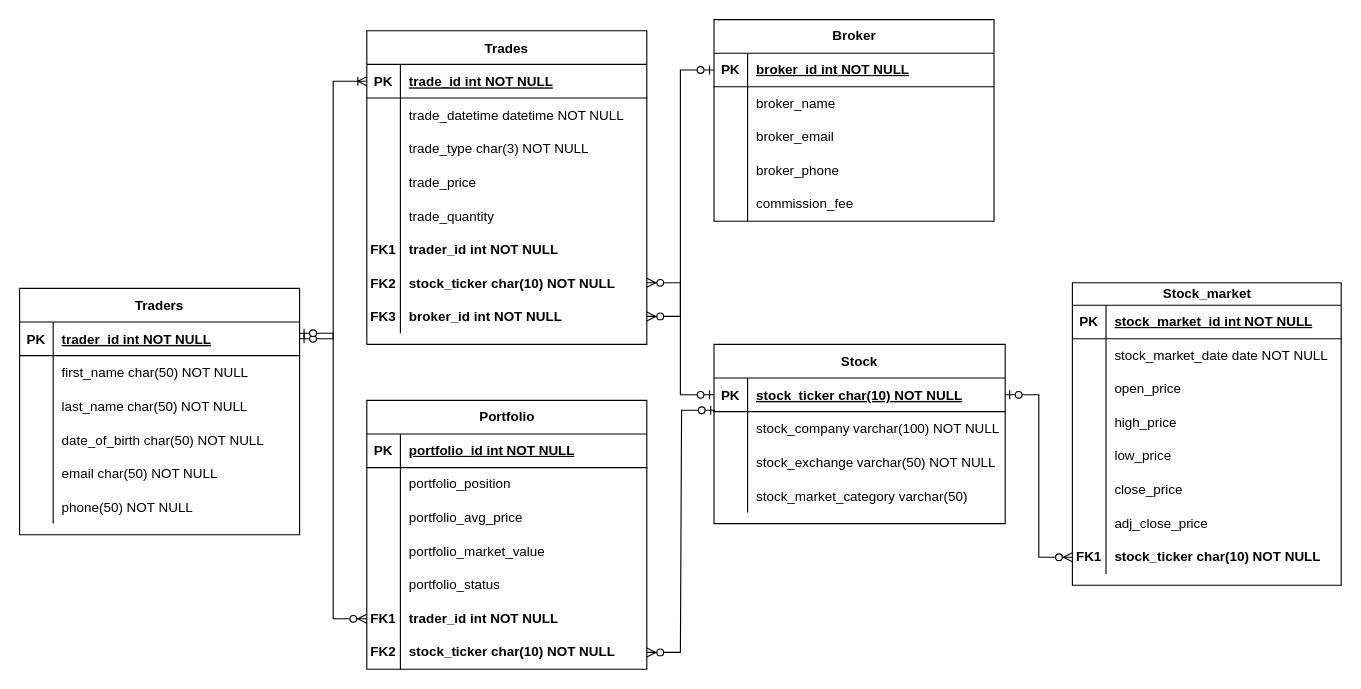
Before: stock_market_erd.drawio in zayast/self_explainable_anomalies_detection, a draw.io diagram. Source tidied: cells renumbered, new cells numbered last; positions are measured from the earlier drawing's top-left corner, leaving out a move shared by most shapes. Both pictures are drawn from the tidied source at 112%, with x=0, y=0 at pixel (-521, 19).
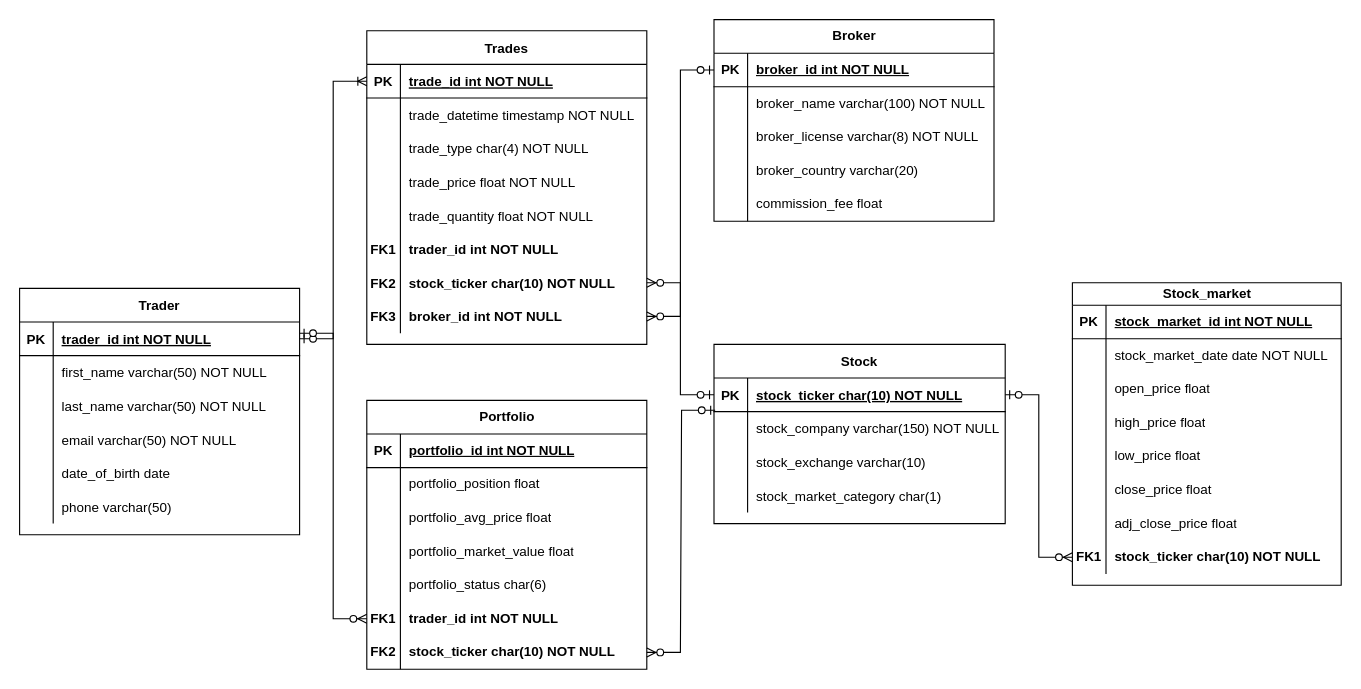
The same page after the edit.

The change refers to these unchanged cells:
```xml
<mxCell id="6" style="shape=partialRectangle;fillColor=none;top=0;left=0;right=0;bottom=0;" parent="2" vertex="1">
  <mxGeometry y="60" width="250" height="30" as="geometry" />
</mxCell>
<mxCell id="9" style="shape=partialRectangle;fillColor=none;top=0;left=0;right=0;bottom=0;" parent="2" vertex="1">
  <mxGeometry y="90" width="250" height="30" as="geometry" />
</mxCell>
<mxCell id="12" style="shape=partialRectangle;fillColor=none;top=0;left=0;right=0;bottom=0;" parent="2" vertex="1">
  <mxGeometry y="120" width="250" height="30" as="geometry" />
</mxCell>
<mxCell id="15" style="shape=partialRectangle;fillColor=none;top=0;left=0;right=0;bottom=0;" parent="2" vertex="1">
  <mxGeometry y="150" width="250" height="30" as="geometry" />
</mxCell>
<mxCell id="31" style="shape=partialRectangle;fillColor=none;top=0;left=0;right=0;bottom=0;" parent="27" vertex="1">
  <mxGeometry y="60" width="250" height="30" as="geometry" />
</mxCell>
<mxCell id="34" style="shape=partialRectangle;fillColor=none;top=0;left=0;right=0;bottom=0;" parent="27" vertex="1">
  <mxGeometry y="90" width="250" height="30" as="geometry" />
</mxCell>
<mxCell id="37" style="shape=partialRectangle;fillColor=none;top=0;left=0;right=0;bottom=0;" parent="27" vertex="1">
  <mxGeometry y="120" width="250" height="30" as="geometry" />
</mxCell>
<mxCell id="40" style="shape=partialRectangle;fillColor=none;top=0;left=0;right=0;bottom=0;" parent="27" vertex="1">
  <mxGeometry y="150" width="250" height="30" as="geometry" />
</mxCell>
<mxCell id="43" style="shape=partialRectangle;fillColor=none;top=0;left=0;right=0;bottom=0;" parent="27" vertex="1">
  <mxGeometry y="180" width="250" height="30" as="geometry" />
</mxCell>
<mxCell id="50" style="shape=partialRectangle;fillColor=none;points=[[0,0.5],[1,0.5]];portConstraint=eastwest;top=0;left=0;right=0;bottom=0;" parent="46" vertex="1">
  <mxGeometry y="60" width="260" height="30" as="geometry" />
</mxCell>
<mxCell id="53" style="shape=partialRectangle;fillColor=none;top=0;left=0;right=0;bottom=0;" parent="46" vertex="1">
  <mxGeometry y="90" width="260" height="30" as="geometry" />
</mxCell>
<mxCell id="56" style="shape=partialRectangle;fillColor=none;top=0;left=0;right=0;bottom=0;" parent="46" vertex="1">
  <mxGeometry y="120" width="260" height="30" as="geometry" />
</mxCell>
<mxCell id="66" style="shape=tableRow;horizontal=0;startSize=0;swimlaneHead=0;swimlaneBody=0;fillColor=none;top=0;left=0;right=0;bottom=0;" parent="59" vertex="1">
  <mxGeometry y="80" width="240" height="30" as="geometry" />
</mxCell>
<mxCell id="69" style="shape=tableRow;horizontal=0;startSize=0;swimlaneHead=0;swimlaneBody=0;fillColor=none;top=0;left=0;right=0;bottom=0;" parent="59" vertex="1">
  <mxGeometry y="110" width="240" height="30" as="geometry" />
</mxCell>
<mxCell id="72" style="shape=tableRow;horizontal=0;startSize=0;swimlaneHead=0;swimlaneBody=0;fillColor=none;top=0;left=0;right=0;bottom=0;" parent="59" vertex="1">
  <mxGeometry y="140" width="240" height="30" as="geometry" />
</mxCell>
<mxCell id="75" style="shape=tableRow;horizontal=0;startSize=0;swimlaneHead=0;swimlaneBody=0;fillColor=none;top=0;left=0;right=0;bottom=0;" parent="59" vertex="1">
  <mxGeometry y="170" width="240" height="30" as="geometry" />
</mxCell>
<mxCell id="78" style="shape=tableRow;horizontal=0;startSize=0;swimlaneHead=0;swimlaneBody=0;fillColor=none;top=0;left=0;right=0;bottom=0;" parent="59" vertex="1">
  <mxGeometry y="200" width="240" height="30" as="geometry" />
</mxCell>
<mxCell id="91" style="shape=tableRow;horizontal=0;startSize=0;swimlaneHead=0;swimlaneBody=0;fillColor=none;top=0;left=0;right=0;bottom=0;" parent="87" vertex="1">
  <mxGeometry y="60" width="250" height="30" as="geometry" />
</mxCell>
<mxCell id="94" style="shape=tableRow;horizontal=0;startSize=0;swimlaneHead=0;swimlaneBody=0;fillColor=none;top=0;left=0;right=0;bottom=0;" parent="87" vertex="1">
  <mxGeometry y="90" width="250" height="30" as="geometry" />
</mxCell>
<mxCell id="97" style="shape=tableRow;horizontal=0;startSize=0;swimlaneHead=0;swimlaneBody=0;fillColor=none;top=0;left=0;right=0;bottom=0;" parent="87" vertex="1">
  <mxGeometry y="120" width="250" height="30" as="geometry" />
</mxCell>
<mxCell id="100" style="shape=tableRow;horizontal=0;startSize=0;swimlaneHead=0;swimlaneBody=0;fillColor=none;top=0;left=0;right=0;bottom=0;" parent="87" vertex="1">
  <mxGeometry y="150" width="250" height="30" as="geometry" />
</mxCell>
<mxCell id="114" style="shape=tableRow;horizontal=0;startSize=0;swimlaneHead=0;swimlaneBody=0;fillColor=none;top=0;left=0;right=0;bottom=0;" parent="110" vertex="1">
  <mxGeometry y="60" width="250" height="30" as="geometry" />
</mxCell>
<mxCell id="117" style="shape=tableRow;horizontal=0;startSize=0;swimlaneHead=0;swimlaneBody=0;fillColor=none;top=0;left=0;right=0;bottom=0;" parent="110" vertex="1">
  <mxGeometry y="90" width="250" height="30" as="geometry" />
</mxCell>
<mxCell id="120" style="shape=tableRow;horizontal=0;startSize=0;swimlaneHead=0;swimlaneBody=0;fillColor=none;top=0;left=0;right=0;bottom=0;" parent="110" vertex="1">
  <mxGeometry y="120" width="250" height="30" as="geometry" />
</mxCell>
<mxCell id="123" style="shape=tableRow;horizontal=0;startSize=0;swimlaneHead=0;swimlaneBody=0;fillColor=none;top=0;left=0;right=0;bottom=0;" parent="110" vertex="1">
  <mxGeometry y="150" width="250" height="30" as="geometry" />
</mxCell>
```

Diff of the diagram source:
```diff
@@
-    <mxCell id="8" value="trade_datetime datetime NOT NULL" style="shape=partialRectangle;overflow=hidden;fillColor=none;top=0;left=0;bottom=0;right=0;align=left;spacingLeft=6;fontStyle=0;" parent="6" vertex="1">
+    <mxCell id="8" value="trade_datetime timestamp NOT NULL" style="shape=partialRectangle;overflow=hidden;fillColor=none;top=0;left=0;bottom=0;right=0;align=left;spacingLeft=6;fontStyle=0;" parent="6" vertex="1">
       <mxGeometry x="30" width="220" height="30" as="geometry" />
     </mxCell>
@@
-    <mxCell id="11" value="trade_type char(3) NOT NULL" style="shape=partialRectangle;overflow=hidden;fillColor=none;top=0;left=0;bottom=0;right=0;align=left;spacingLeft=6;" parent="9" vertex="1">
+    <mxCell id="11" value="trade_type char(4) NOT NULL" style="shape=partialRectangle;overflow=hidden;fillColor=none;top=0;left=0;bottom=0;right=0;align=left;spacingLeft=6;" parent="9" vertex="1">
       <mxGeometry x="30" width="220" height="30" as="geometry" />
     </mxCell>
@@
-    <mxCell id="14" value="trade_price " style="shape=partialRectangle;overflow=hidden;fillColor=none;top=0;left=0;bottom=0;right=0;align=left;spacingLeft=6;" parent="12" vertex="1">
+    <mxCell id="14" value="trade_price float NOT NULL" style="shape=partialRectangle;overflow=hidden;fillColor=none;top=0;left=0;bottom=0;right=0;align=left;spacingLeft=6;" parent="12" vertex="1">
       <mxGeometry x="30" width="220" height="30" as="geometry" />
     </mxCell>
@@
-    <mxCell id="17" value="trade_quantity" style="shape=partialRectangle;overflow=hidden;fillColor=none;top=0;left=0;bottom=0;right=0;align=left;spacingLeft=6;" parent="15" vertex="1">
+    <mxCell id="17" value="trade_quantity float NOT NULL" style="shape=partialRectangle;overflow=hidden;fillColor=none;top=0;left=0;bottom=0;right=0;align=left;spacingLeft=6;" parent="15" vertex="1">
       <mxGeometry x="30" width="220" height="30" as="geometry" />
     </mxCell>
@@
-    <mxCell id="27" value="Traders" style="shape=table;startSize=30;childLayout=tableLayout;rowLines=0;fontStyle=1;align=center;" parent="1" vertex="1">
+    <mxCell id="27" value="Trader" style="shape=table;startSize=30;childLayout=tableLayout;rowLines=0;fontStyle=1;align=center;" parent="1" vertex="1">
       <mxGeometry x="482" y="240" width="250" height="220" as="geometry" />
     </mxCell>
@@
-    <mxCell id="33" value="first_name char(50) NOT NULL" style="shape=partialRectangle;overflow=hidden;fillColor=none;top=0;left=0;bottom=0;right=0;align=left;spacingLeft=6;" parent="31" vertex="1">
+    <mxCell id="33" value="first_name varchar(50) NOT NULL" style="shape=partialRectangle;overflow=hidden;fillColor=none;top=0;left=0;bottom=0;right=0;align=left;spacingLeft=6;" parent="31" vertex="1">
       <mxGeometry x="30" width="220" height="30" as="geometry" />
     </mxCell>
@@
-    <mxCell id="36" value="last_name char(50) NOT NULL" style="shape=partialRectangle;overflow=hidden;fillColor=none;top=0;left=0;bottom=0;right=0;align=left;spacingLeft=6;" parent="34" vertex="1">
+    <mxCell id="36" value="last_name varchar(50) NOT NULL" style="shape=partialRectangle;overflow=hidden;fillColor=none;top=0;left=0;bottom=0;right=0;align=left;spacingLeft=6;" parent="34" vertex="1">
       <mxGeometry x="30" width="220" height="30" as="geometry" />
     </mxCell>
@@
-    <mxCell id="39" value="date_of_birth char(50) NOT NULL" style="shape=partialRectangle;overflow=hidden;fillColor=none;top=0;left=0;bottom=0;right=0;align=left;spacingLeft=6;" parent="37" vertex="1">
+    <mxCell id="39" value="email varchar(50) NOT NULL" style="shape=partialRectangle;overflow=hidden;fillColor=none;top=0;left=0;bottom=0;right=0;align=left;spacingLeft=6;" parent="37" vertex="1">
       <mxGeometry x="30" width="220" height="30" as="geometry" />
     </mxCell>
@@
-    <mxCell id="42" value="email char(50) NOT NULL" style="shape=partialRectangle;overflow=hidden;fillColor=none;top=0;left=0;bottom=0;right=0;align=left;spacingLeft=6;" parent="40" vertex="1">
+    <mxCell id="42" value="date_of_birth date" style="shape=partialRectangle;overflow=hidden;fillColor=none;top=0;left=0;bottom=0;right=0;align=left;spacingLeft=6;" parent="40" vertex="1">
       <mxGeometry x="30" width="220" height="30" as="geometry" />
     </mxCell>
@@
-    <mxCell id="45" value="phone(50) NOT NULL" style="shape=partialRectangle;overflow=hidden;fillColor=none;top=0;left=0;bottom=0;right=0;align=left;spacingLeft=6;" parent="43" vertex="1">
+    <mxCell id="45" value="phone varchar(50) " style="shape=partialRectangle;overflow=hidden;fillColor=none;top=0;left=0;bottom=0;right=0;align=left;spacingLeft=6;" parent="43" vertex="1">
       <mxGeometry x="30" width="220" height="30" as="geometry" />
     </mxCell>
@@
-    <mxCell id="52" value="stock_company varchar(100) NOT NULL" style="shape=partialRectangle;overflow=hidden;fillColor=none;top=0;left=0;bottom=0;right=0;align=left;spacingLeft=6;" parent="50" vertex="1">
+    <mxCell id="52" value="stock_company varchar(150) NOT NULL" style="shape=partialRectangle;overflow=hidden;fillColor=none;top=0;left=0;bottom=0;right=0;align=left;spacingLeft=6;" parent="50" vertex="1">
       <mxGeometry x="30" width="230" height="30" as="geometry" />
     </mxCell>
@@
-    <mxCell id="55" value="stock_exchange varchar(50) NOT NULL" style="shape=partialRectangle;overflow=hidden;fillColor=none;top=0;left=0;bottom=0;right=0;align=left;spacingLeft=6;" parent="53" vertex="1">
+    <mxCell id="55" value="stock_exchange varchar(10) " style="shape=partialRectangle;overflow=hidden;fillColor=none;top=0;left=0;bottom=0;right=0;align=left;spacingLeft=6;" parent="53" vertex="1">
       <mxGeometry x="30" width="230" height="30" as="geometry" />
     </mxCell>
@@
-    <mxCell id="58" value="stock_market_category varchar(50) " style="shape=partialRectangle;overflow=hidden;fillColor=none;top=0;left=0;bottom=0;right=0;align=left;spacingLeft=6;" parent="56" vertex="1">
+    <mxCell id="58" value="stock_market_category char(1) " style="shape=partialRectangle;overflow=hidden;fillColor=none;top=0;left=0;bottom=0;right=0;align=left;spacingLeft=6;" parent="56" vertex="1">
       <mxGeometry x="30" width="230" height="30" as="geometry" />
     </mxCell>
@@
-    <mxCell id="68" value="open_price&amp;nbsp;" style="shape=partialRectangle;fillColor=none;top=0;left=0;bottom=0;right=0;align=left;spacingLeft=6;overflow=hidden;whiteSpace=wrap;html=1;" parent="66" vertex="1">
+    <mxCell id="68" value="open_price float" style="shape=partialRectangle;fillColor=none;top=0;left=0;bottom=0;right=0;align=left;spacingLeft=6;overflow=hidden;whiteSpace=wrap;html=1;" parent="66" vertex="1">
       <mxGeometry x="30" width="210" height="30" as="geometry" />
     </mxCell>
@@
-    <mxCell id="71" value="high_price" style="shape=partialRectangle;fillColor=none;top=0;left=0;bottom=0;right=0;align=left;spacingLeft=6;overflow=hidden;whiteSpace=wrap;html=1;" parent="69" vertex="1">
+    <mxCell id="71" value="high_price float" style="shape=partialRectangle;fillColor=none;top=0;left=0;bottom=0;right=0;align=left;spacingLeft=6;overflow=hidden;whiteSpace=wrap;html=1;" parent="69" vertex="1">
       <mxGeometry x="30" width="210" height="30" as="geometry" />
     </mxCell>
@@
-    <mxCell id="74" value="low_price" style="shape=partialRectangle;fillColor=none;top=0;left=0;bottom=0;right=0;align=left;spacingLeft=6;overflow=hidden;whiteSpace=wrap;html=1;" parent="72" vertex="1">
+    <mxCell id="74" value="low_price float" style="shape=partialRectangle;fillColor=none;top=0;left=0;bottom=0;right=0;align=left;spacingLeft=6;overflow=hidden;whiteSpace=wrap;html=1;" parent="72" vertex="1">
       <mxGeometry x="30" width="210" height="30" as="geometry" />
     </mxCell>
@@
-    <mxCell id="77" value="close_price" style="shape=partialRectangle;fillColor=none;top=0;left=0;bottom=0;right=0;align=left;spacingLeft=6;overflow=hidden;whiteSpace=wrap;html=1;" parent="75" vertex="1">
+    <mxCell id="77" value="close_price float" style="shape=partialRectangle;fillColor=none;top=0;left=0;bottom=0;right=0;align=left;spacingLeft=6;overflow=hidden;whiteSpace=wrap;html=1;" parent="75" vertex="1">
       <mxGeometry x="30" width="210" height="30" as="geometry" />
     </mxCell>
@@
-    <mxCell id="80" value="adj_close_price" style="shape=partialRectangle;fillColor=none;top=0;left=0;bottom=0;right=0;align=left;spacingLeft=6;overflow=hidden;whiteSpace=wrap;html=1;" parent="78" vertex="1">
+    <mxCell id="80" value="adj_close_price float" style="shape=partialRectangle;fillColor=none;top=0;left=0;bottom=0;right=0;align=left;spacingLeft=6;overflow=hidden;whiteSpace=wrap;html=1;" parent="78" vertex="1">
       <mxGeometry x="30" width="210" height="30" as="geometry" />
     </mxCell>
@@
-    <mxCell id="93" value="portfolio_position" style="shape=partialRectangle;fillColor=none;top=0;left=0;bottom=0;right=0;align=left;spacingLeft=6;overflow=hidden;whiteSpace=wrap;html=1;" parent="91" vertex="1">
+    <mxCell id="93" value="portfolio_position float" style="shape=partialRectangle;fillColor=none;top=0;left=0;bottom=0;right=0;align=left;spacingLeft=6;overflow=hidden;whiteSpace=wrap;html=1;" parent="91" vertex="1">
       <mxGeometry x="30" width="220" height="30" as="geometry" />
     </mxCell>
@@
-    <mxCell id="96" value="portfolio_avg_price" style="shape=partialRectangle;fillColor=none;top=0;left=0;bottom=0;right=0;align=left;spacingLeft=6;overflow=hidden;whiteSpace=wrap;html=1;" parent="94" vertex="1">
+    <mxCell id="96" value="portfolio_avg_price float" style="shape=partialRectangle;fillColor=none;top=0;left=0;bottom=0;right=0;align=left;spacingLeft=6;overflow=hidden;whiteSpace=wrap;html=1;" parent="94" vertex="1">
       <mxGeometry x="30" width="220" height="30" as="geometry" />
     </mxCell>
@@
-    <mxCell id="99" value="portfolio_market_value" style="shape=partialRectangle;fillColor=none;top=0;left=0;bottom=0;right=0;align=left;spacingLeft=6;overflow=hidden;whiteSpace=wrap;html=1;" parent="97" vertex="1">
+    <mxCell id="99" value="portfolio_market_value float" style="shape=partialRectangle;fillColor=none;top=0;left=0;bottom=0;right=0;align=left;spacingLeft=6;overflow=hidden;whiteSpace=wrap;html=1;" parent="97" vertex="1">
       <mxGeometry x="30" width="220" height="30" as="geometry" />
     </mxCell>
@@
-    <mxCell id="102" value="portfolio_status" style="shape=partialRectangle;fillColor=none;top=0;left=0;bottom=0;right=0;align=left;spacingLeft=6;overflow=hidden;whiteSpace=wrap;html=1;" parent="100" vertex="1">
+    <mxCell id="102" value="portfolio_status char(6)" style="shape=partialRectangle;fillColor=none;top=0;left=0;bottom=0;right=0;align=left;spacingLeft=6;overflow=hidden;whiteSpace=wrap;html=1;" parent="100" vertex="1">
       <mxGeometry x="30" width="220" height="30" as="geometry" />
     </mxCell>
@@
-    <mxCell id="116" value="broker_name" style="shape=partialRectangle;fillColor=none;top=0;left=0;bottom=0;right=0;align=left;spacingLeft=6;overflow=hidden;whiteSpace=wrap;html=1;" parent="114" vertex="1">
+    <mxCell id="116" value="broker_name varchar(100) NOT NULL" style="shape=partialRectangle;fillColor=none;top=0;left=0;bottom=0;right=0;align=left;spacingLeft=6;overflow=hidden;whiteSpace=wrap;html=1;" parent="114" vertex="1">
       <mxGeometry x="30" width="220" height="30" as="geometry" />
     </mxCell>
@@
-    <mxCell id="119" value="broker_email" style="shape=partialRectangle;fillColor=none;top=0;left=0;bottom=0;right=0;align=left;spacingLeft=6;overflow=hidden;whiteSpace=wrap;html=1;" parent="117" vertex="1">
+    <mxCell id="119" value="broker_license varchar(8) NOT NULL" style="shape=partialRectangle;fillColor=none;top=0;left=0;bottom=0;right=0;align=left;spacingLeft=6;overflow=hidden;whiteSpace=wrap;html=1;" parent="117" vertex="1">
       <mxGeometry x="30" width="220" height="30" as="geometry" />
     </mxCell>
@@
-    <mxCell id="122" value="broker_phone" style="shape=partialRectangle;fillColor=none;top=0;left=0;bottom=0;right=0;align=left;spacingLeft=6;overflow=hidden;whiteSpace=wrap;html=1;" parent="120" vertex="1">
+    <mxCell id="122" value="broker_country varchar(20)" style="shape=partialRectangle;fillColor=none;top=0;left=0;bottom=0;right=0;align=left;spacingLeft=6;overflow=hidden;whiteSpace=wrap;html=1;" parent="120" vertex="1">
       <mxGeometry x="30" width="220" height="30" as="geometry" />
     </mxCell>
@@
-    <mxCell id="125" value="commission_fee" style="shape=partialRectangle;fillColor=none;top=0;left=0;bottom=0;right=0;align=left;spacingLeft=6;overflow=hidden;whiteSpace=wrap;html=1;" parent="123" vertex="1">
+    <mxCell id="125" value="commission_fee float" style="shape=partialRectangle;fillColor=none;top=0;left=0;bottom=0;right=0;align=left;spacingLeft=6;overflow=hidden;whiteSpace=wrap;html=1;" parent="123" vertex="1">
       <mxGeometry x="30" width="220" height="30" as="geometry" />
     </mxCell>
```
